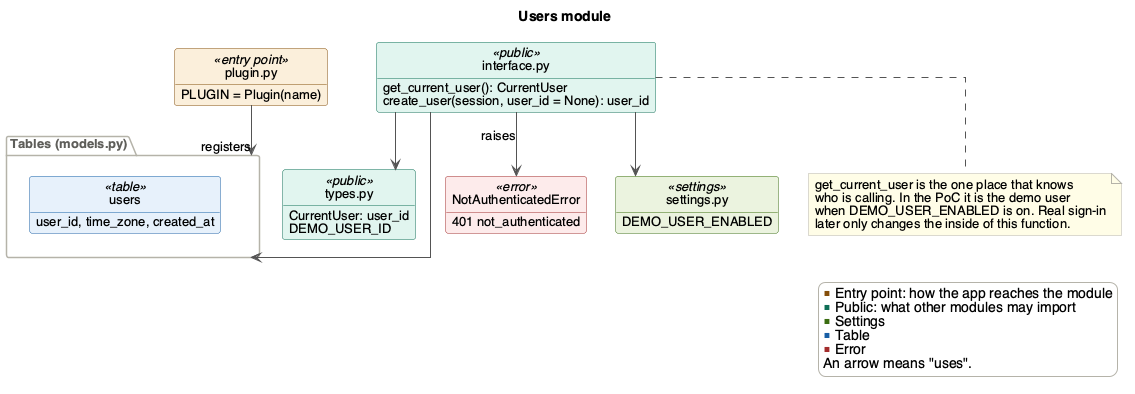
This is docs/Design/SoftArchitecture/figures/users.png from davislenover/BurnNEarn, a PlantUML export, as it was before one commit.
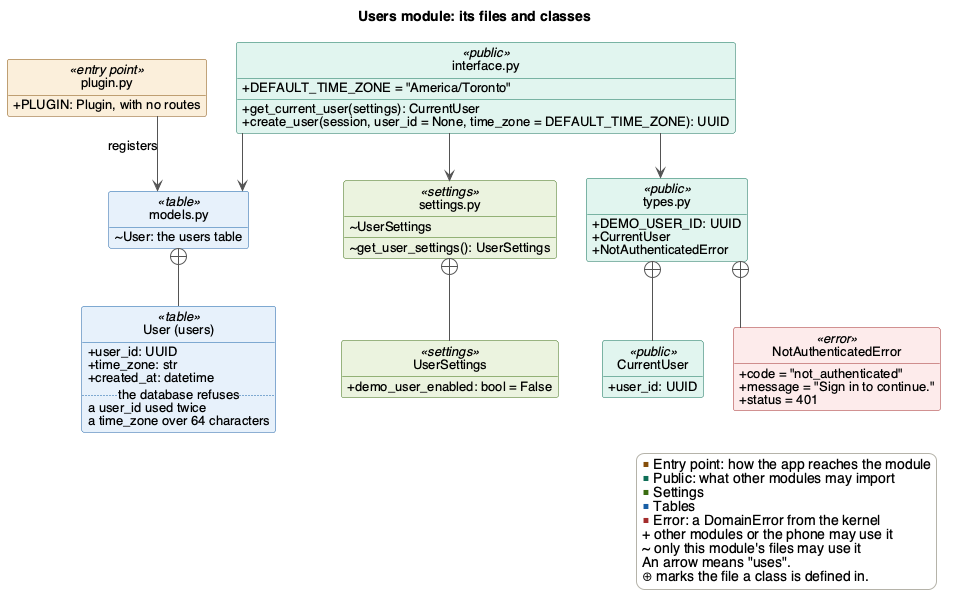
Above is the later version.

Change to the diagram source:
```diff
@@ -1,52 +1,69 @@
 @startuml users
 !include style.iuml
-title Users module
+set separator none
+title Users module: its files and classes
 
 class "plugin.py" as plugin <<entry point>> {
-  PLUGIN = Plugin(name)
+  + PLUGIN: Plugin, with no routes
 }
-
 class "interface.py" as interface <<public>> {
-  get_current_user(): CurrentUser
-  create_user(session, user_id = None): user_id
-}
-class "types.py" as types <<public>> {
-  CurrentUser: user_id
-  DEMO_USER_ID
-}
-class NotAuthenticatedError <<error>> {
-  401 not_authenticated
+  + DEFAULT_TIME_ZONE = "America/Toronto"
+  + get_current_user(settings): CurrentUser
+  + create_user(session, user_id = None, time_zone = DEFAULT_TIME_ZONE): UUID
 }
 
 class "settings.py" as settings <<settings>> {
-  DEMO_USER_ENABLED
+  ~ UserSettings
+  ~ get_user_settings(): UserSettings
+}
+class "types.py" as types <<public>> {
+  + DEMO_USER_ID: UUID
+  + CurrentUser
+  + NotAuthenticatedError
+}
+class "models.py" as models <<table>> {
+  ~ User: the users table
 }
 
-package "Tables (models.py)" as tables {
-  class "users" as users <<table>> {
-    user_id, time_zone, created_at
-  }
+class UserSettings <<settings>> {
+  + demo_user_enabled: bool = False
+}
+class CurrentUser <<public>> {
+  + user_id: UUID
+}
+class NotAuthenticatedError <<error>> {
+  + code = "not_authenticated"
+  + message = "Sign in to continue."
+  + status = 401
+}
+class "User (users)" as User <<table>> {
+  + user_id: UUID
+  + time_zone: str
+  + created_at: datetime
+  .. the database refuses ..
+  a user_id used twice
+  a time_zone over 64 characters
 }
 
-plugin --> tables : registers
+plugin --> models : registers
+interface --> settings
 interface --> types
-interface --> NotAuthenticatedError : raises
-interface --> settings
-interface --> tables
+interface --> models
 
-note bottom of interface
-  get_current_user is the one place that knows
-  who is calling. In the PoC it is the demo user
-  when DEMO_USER_ENABLED is on. Real sign-in
-  later only changes the inside of this function.
-end note
+settings +-- UserSettings
+types +-- CurrentUser
+types +-- NotAuthenticatedError
+models +-- User
 
 legend right
   <color:#854F0B>■</color> Entry point: how the app reaches the module
   <color:#0F6E56>■</color> Public: what other modules may import
   <color:#3B6D11>■</color> Settings
-  <color:#185FA5>■</color> Table
-  <color:#A32D2D>■</color> Error
+  <color:#185FA5>■</color> Tables
+  <color:#A32D2D>■</color> Error: a DomainError from the kernel
+  + other modules or the phone may use it
+  ~ only this module's files may use it
   An arrow means "uses".
+  ⊕ marks the file a class is defined in.
 endlegend
 @enduml
```
